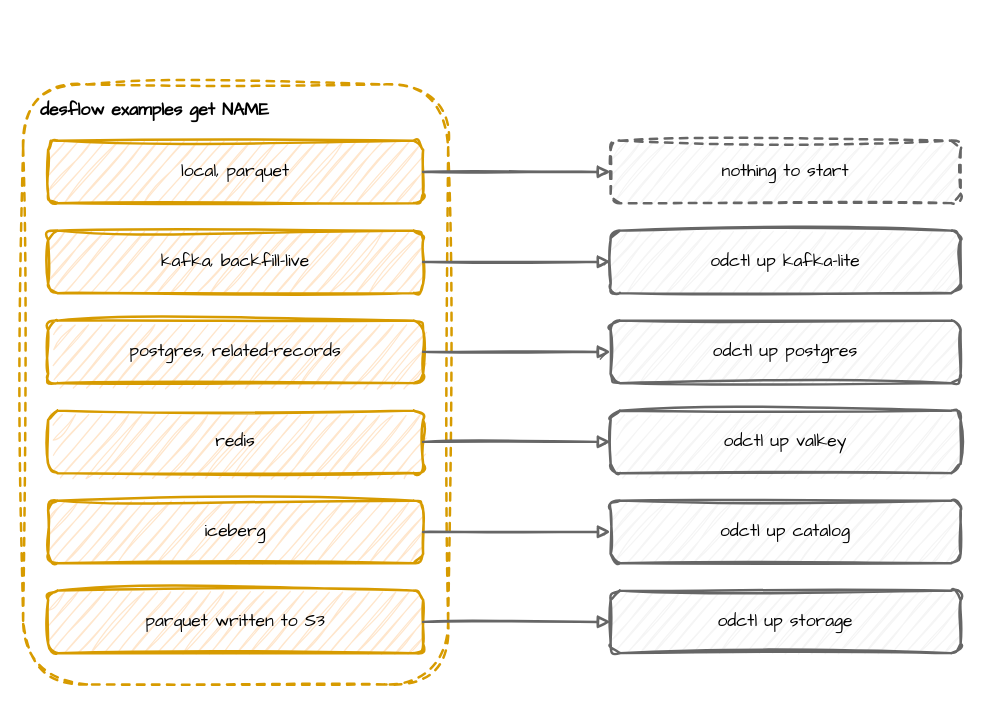
Earlier version of the draw.io diagram docs/assets/diagrams/example-infrastructure.drawio (jaehyeon-kim/desflow). Source tidied: cells renumbered, new cells numbered last; positions are measured from the earlier drawing's top-left corner, leaving out a move shared by most shapes. Both pictures are drawn from the tidied source at 125%, with x=0, y=0 at pixel (22, 84).
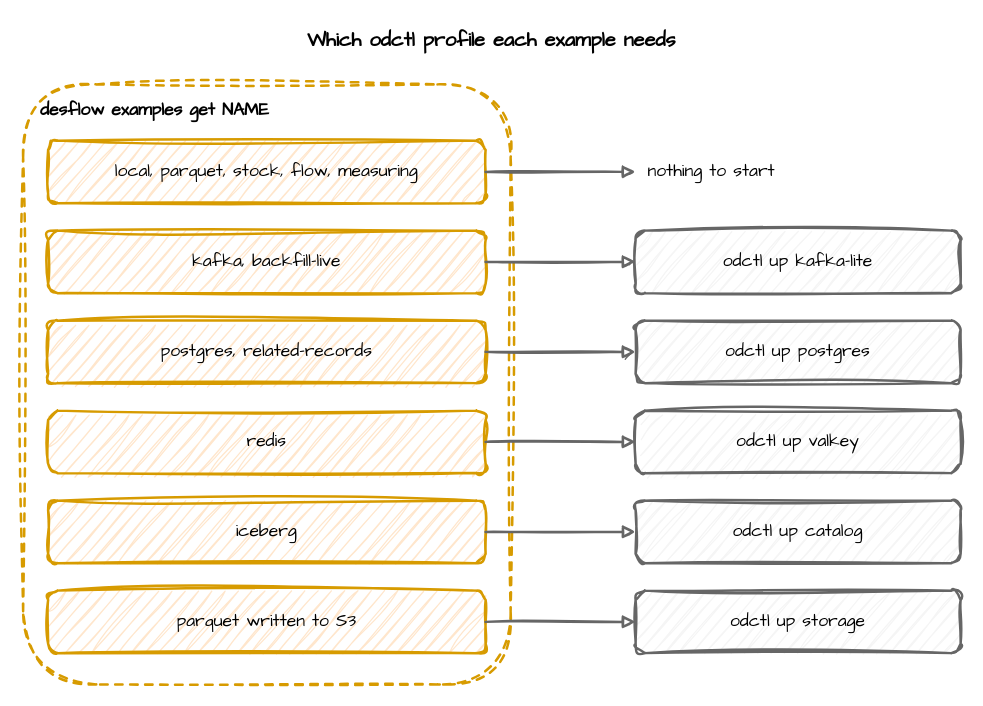
Above is the later version.

Change to the diagram source:
```diff
@@
+    <mxCell id="21" value="Which odctl profile each example needs" style="text;html=1;align=center;verticalAlign=middle;whiteSpace=wrap;fontFamily=Comic Sans MS;fontSize=16;fontStyle=1;" parent="1" vertex="1">
+      <mxGeometry y="-50" width="750" height="30" as="geometry" />
+    </mxCell>
     <mxCell id="2" value="desflow examples get NAME" style="rounded=1;whiteSpace=wrap;html=1;sketch=1;curveFitting=1;jiggle=2;fontFamily=Comic Sans MS;fontSize=14;fillColor=none;strokeColor=#d79b00;strokeWidth=2;dashed=1;verticalAlign=top;align=left;spacingLeft=12;spacingTop=6;fontStyle=1;" parent="1" vertex="1">
-      <mxGeometry width="340" height="480" as="geometry" />
+      <mxGeometry width="390" height="480" as="geometry" />
     </mxCell>
-    <mxCell id="3" value="local, parquet" style="rounded=1;whiteSpace=wrap;html=1;sketch=1;curveFitting=1;jiggle=2;fontFamily=Comic Sans MS;fontSize=14;fillColor=#ffe6cc;strokeColor=#d79b00;strokeWidth=2;" parent="1" vertex="1">
-      <mxGeometry x="20" y="45" width="300" height="50" as="geometry" />
+    <mxCell id="3" value="local, parquet, stock, flow, measuring" style="rounded=1;whiteSpace=wrap;html=1;sketch=1;curveFitting=1;jiggle=2;fontFamily=Comic Sans MS;fontSize=14;fillColor=#ffe6cc;strokeColor=#d79b00;strokeWidth=2;" parent="1" vertex="1">
+      <mxGeometry x="20" y="45" width="350" height="50" as="geometry" />
     </mxCell>
-    <mxCell id="4" value="nothing to start" style="rounded=1;whiteSpace=wrap;html=1;sketch=1;curveFitting=1;jiggle=2;fontFamily=Comic Sans MS;fontSize=14;fillColor=#f5f5f5;strokeColor=#666666;strokeWidth=2;dashed=1;" parent="1" vertex="1">
-      <mxGeometry x="470" y="45" width="280" height="50" as="geometry" />
+    <mxCell id="4" value="nothing to start" style="text;html=1;align=left;verticalAlign=middle;whiteSpace=wrap;fontFamily=Comic Sans MS;fontSize=14;spacingLeft=8;" parent="1" vertex="1">
+      <mxGeometry x="490" y="45" width="260" height="50" as="geometry" />
     </mxCell>
@@
     <mxCell id="6" value="kafka, backfill-live" style="rounded=1;whiteSpace=wrap;html=1;sketch=1;curveFitting=1;jiggle=2;fontFamily=Comic Sans MS;fontSize=14;fillColor=#ffe6cc;strokeColor=#d79b00;strokeWidth=2;" parent="1" vertex="1">
-      <mxGeometry x="20" y="117" width="300" height="50" as="geometry" />
+      <mxGeometry x="20" y="117" width="350" height="50" as="geometry" />
     </mxCell>
     <mxCell id="7" value="odctl up kafka-lite" style="rounded=1;whiteSpace=wrap;html=1;sketch=1;curveFitting=1;jiggle=2;fontFamily=Comic Sans MS;fontSize=14;fillColor=#f5f5f5;strokeColor=#666666;strokeWidth=2;" parent="1" vertex="1">
-      <mxGeometry x="470" y="117" width="280" height="50" as="geometry" />
+      <mxGeometry x="490" y="117" width="260" height="50" as="geometry" />
     </mxCell>
@@
     <mxCell id="9" value="postgres, related-records" style="rounded=1;whiteSpace=wrap;html=1;sketch=1;curveFitting=1;jiggle=2;fontFamily=Comic Sans MS;fontSize=14;fillColor=#ffe6cc;strokeColor=#d79b00;strokeWidth=2;" parent="1" vertex="1">
-      <mxGeometry x="20" y="189" width="300" height="50" as="geometry" />
+      <mxGeometry x="20" y="189" width="350" height="50" as="geometry" />
     </mxCell>
     <mxCell id="10" value="odctl up postgres" style="rounded=1;whiteSpace=wrap;html=1;sketch=1;curveFitting=1;jiggle=2;fontFamily=Comic Sans MS;fontSize=14;fillColor=#f5f5f5;strokeColor=#666666;strokeWidth=2;" parent="1" vertex="1">
-      <mxGeometry x="470" y="189" width="280" height="50" as="geometry" />
+      <mxGeometry x="490" y="189" width="260" height="50" as="geometry" />
     </mxCell>
@@
     <mxCell id="12" value="redis" style="rounded=1;whiteSpace=wrap;html=1;sketch=1;curveFitting=1;jiggle=2;fontFamily=Comic Sans MS;fontSize=14;fillColor=#ffe6cc;strokeColor=#d79b00;strokeWidth=2;" parent="1" vertex="1">
-      <mxGeometry x="20" y="261" width="300" height="50" as="geometry" />
+      <mxGeometry x="20" y="261" width="350" height="50" as="geometry" />
     </mxCell>
     <mxCell id="13" value="odctl up valkey" style="rounded=1;whiteSpace=wrap;html=1;sketch=1;curveFitting=1;jiggle=2;fontFamily=Comic Sans MS;fontSize=14;fillColor=#f5f5f5;strokeColor=#666666;strokeWidth=2;" parent="1" vertex="1">
-      <mxGeometry x="470" y="261" width="280" height="50" as="geometry" />
+      <mxGeometry x="490" y="261" width="260" height="50" as="geometry" />
     </mxCell>
@@
     <mxCell id="15" value="iceberg" style="rounded=1;whiteSpace=wrap;html=1;sketch=1;curveFitting=1;jiggle=2;fontFamily=Comic Sans MS;fontSize=14;fillColor=#ffe6cc;strokeColor=#d79b00;strokeWidth=2;" parent="1" vertex="1">
-      <mxGeometry x="20" y="333" width="300" height="50" as="geometry" />
+      <mxGeometry x="20" y="333" width="350" height="50" as="geometry" />
     </mxCell>
     <mxCell id="16" value="odctl up catalog" style="rounded=1;whiteSpace=wrap;html=1;sketch=1;curveFitting=1;jiggle=2;fontFamily=Comic Sans MS;fontSize=14;fillColor=#f5f5f5;strokeColor=#666666;strokeWidth=2;" parent="1" vertex="1">
-      <mxGeometry x="470" y="333" width="280" height="50" as="geometry" />
+      <mxGeometry x="490" y="333" width="260" height="50" as="geometry" />
     </mxCell>
@@
     <mxCell id="18" value="parquet written to S3" style="rounded=1;whiteSpace=wrap;html=1;sketch=1;curveFitting=1;jiggle=2;fontFamily=Comic Sans MS;fontSize=14;fillColor=#ffe6cc;strokeColor=#d79b00;strokeWidth=2;" parent="1" vertex="1">
-      <mxGeometry x="20" y="405" width="300" height="50" as="geometry" />
+      <mxGeometry x="20" y="405" width="350" height="50" as="geometry" />
     </mxCell>
     <mxCell id="19" value="odctl up storage" style="rounded=1;whiteSpace=wrap;html=1;sketch=1;curveFitting=1;jiggle=2;fontFamily=Comic Sans MS;fontSize=14;fillColor=#f5f5f5;strokeColor=#666666;strokeWidth=2;" parent="1" vertex="1">
-      <mxGeometry x="470" y="405" width="280" height="50" as="geometry" />
+      <mxGeometry x="490" y="405" width="260" height="50" as="geometry" />
     </mxCell>
```
